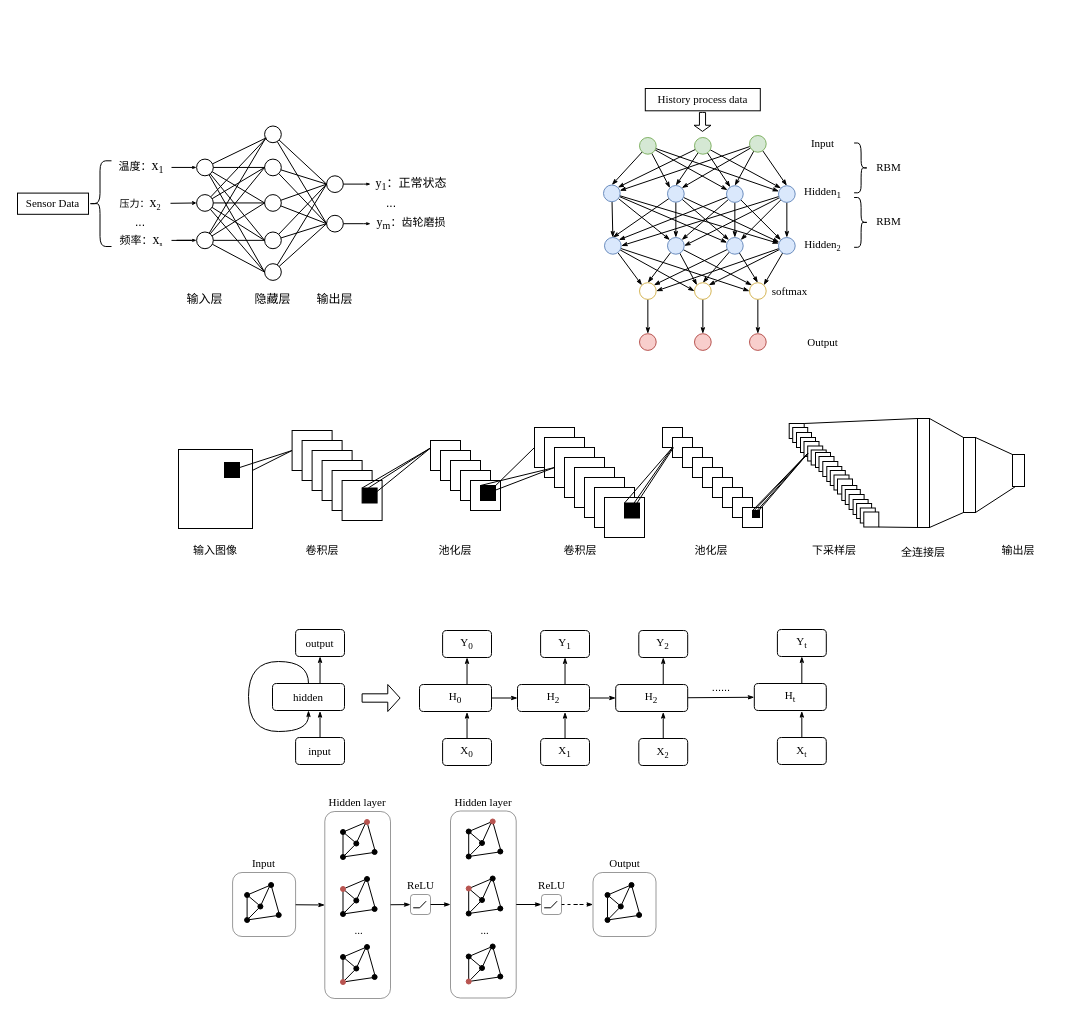
Before: page "第 10 页" (10 of 10) of 故障诊断流程图.drawio in GPlaying/brain_map, a draw.io diagram. Source tidied: cells renumbered, new cells numbered last; positions are measured from the earlier drawing's top-left corner, leaving out a move shared by most shapes. Both pictures are drawn from the tidied source at 100%, with x=0, y=0 at pixel (17, 88).
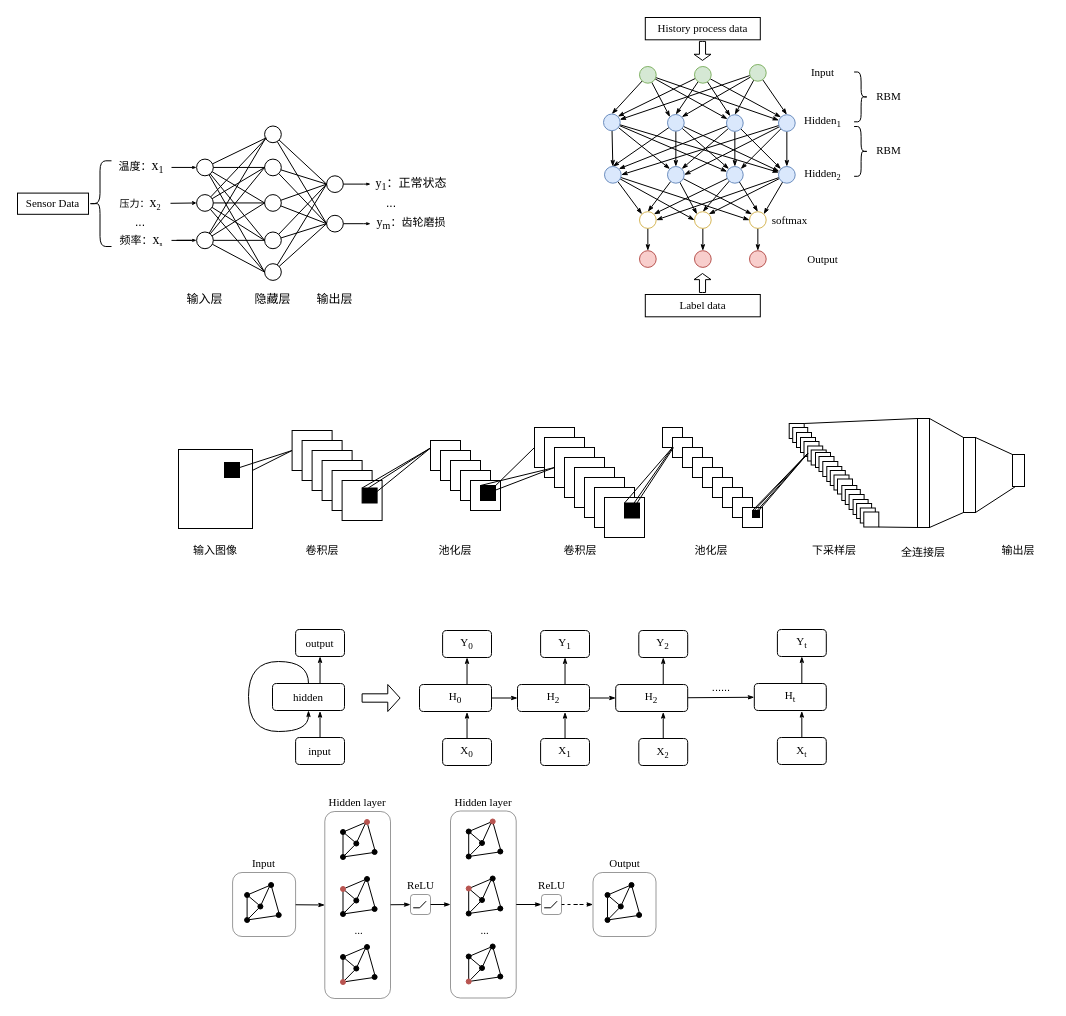
The same diagram, later.

Commit message (it also covers changes not shown here):
更新故障诊断流程图.drawio

What changed in the source:
```diff
@@
     <mxCell id="59" style="ellipse;whiteSpace=wrap;html=1;fontFamily=Times New Roman;fontSize=12;fillColor=#d5e8d4;strokeColor=#82b366;" parent="1" vertex="1">
-      <mxGeometry x="622" y="49" width="16.7" height="16.7" as="geometry" />
+      <mxGeometry x="622" y="-22" width="16.7" height="16.7" as="geometry" />
     </mxCell>
@@
     <mxCell id="64" style="ellipse;whiteSpace=wrap;html=1;fontFamily=Times New Roman;fontSize=12;fillColor=#d5e8d4;strokeColor=#82b366;" parent="1" vertex="1">
-      <mxGeometry x="677" y="49" width="16.7" height="16.7" as="geometry" />
+      <mxGeometry x="677" y="-22" width="16.7" height="16.7" as="geometry" />
     </mxCell>
@@
     <mxCell id="69" style="ellipse;whiteSpace=wrap;html=1;fontFamily=Times New Roman;fontSize=12;fillColor=#d5e8d4;strokeColor=#82b366;" parent="1" vertex="1">
-      <mxGeometry x="732" y="47" width="16.7" height="16.7" as="geometry" />
+      <mxGeometry x="732" y="-24" width="16.7" height="16.7" as="geometry" />
     </mxCell>
@@
     <mxCell id="74" style="ellipse;whiteSpace=wrap;html=1;fontFamily=Times New Roman;fontSize=12;fillColor=#dae8fc;strokeColor=#6c8ebf;" parent="1" vertex="1">
-      <mxGeometry x="586" y="96.5" width="16.7" height="16.7" as="geometry" />
+      <mxGeometry x="586" y="25.5" width="16.7" height="16.7" as="geometry" />
     </mxCell>
@@
     <mxCell id="79" style="ellipse;whiteSpace=wrap;html=1;fontFamily=Times New Roman;fontSize=12;fillColor=#dae8fc;strokeColor=#6c8ebf;" parent="1" vertex="1">
-      <mxGeometry x="650" y="97" width="16.7" height="16.7" as="geometry" />
+      <mxGeometry x="650" y="26" width="16.7" height="16.7" as="geometry" />
     </mxCell>
@@
     <mxCell id="84" style="ellipse;whiteSpace=wrap;html=1;fontFamily=Times New Roman;fontSize=12;fillColor=#dae8fc;strokeColor=#6c8ebf;" parent="1" vertex="1">
-      <mxGeometry x="709" y="97.2" width="16.7" height="16.7" as="geometry" />
+      <mxGeometry x="709" y="26.2" width="16.7" height="16.7" as="geometry" />
     </mxCell>
@@
     <mxCell id="89" style="ellipse;whiteSpace=wrap;html=1;fontFamily=Times New Roman;fontSize=12;fillColor=#dae8fc;strokeColor=#6c8ebf;" parent="1" vertex="1">
-      <mxGeometry x="761" y="97.2" width="16.7" height="16.7" as="geometry" />
+      <mxGeometry x="761" y="26.2" width="16.7" height="16.7" as="geometry" />
     </mxCell>
@@
     <mxCell id="93" style="ellipse;whiteSpace=wrap;html=1;fontFamily=Times New Roman;fontSize=12;fillColor=#dae8fc;strokeColor=#6c8ebf;" parent="1" vertex="1">
-      <mxGeometry x="587" y="149" width="16.7" height="16.7" as="geometry" />
+      <mxGeometry x="587" y="78" width="16.7" height="16.7" as="geometry" />
     </mxCell>
@@
     <mxCell id="97" style="ellipse;whiteSpace=wrap;html=1;fontFamily=Times New Roman;fontSize=12;fillColor=#dae8fc;strokeColor=#6c8ebf;" parent="1" vertex="1">
-      <mxGeometry x="650" y="149" width="16.7" height="16.7" as="geometry" />
+      <mxGeometry x="650" y="78" width="16.7" height="16.7" as="geometry" />
     </mxCell>
@@
     <mxCell id="101" style="ellipse;whiteSpace=wrap;html=1;fontFamily=Times New Roman;fontSize=12;fillColor=#dae8fc;strokeColor=#6c8ebf;" parent="1" vertex="1">
-      <mxGeometry x="709" y="149" width="16.7" height="16.7" as="geometry" />
+      <mxGeometry x="709" y="78" width="16.7" height="16.7" as="geometry" />
     </mxCell>
     <mxCell id="102" value="&lt;font face=&quot;Times New Roman&quot;&gt;RBM&lt;/font&gt;" style="text;html=1;strokeColor=none;fillColor=none;align=center;verticalAlign=middle;whiteSpace=wrap;rounded=0;fontSize=11;fontFamily=Helvetica;fontColor=default;" parent="1" vertex="1">
-      <mxGeometry x="850.6" y="66.2" width="41" height="25" as="geometry" />
+      <mxGeometry x="850.6" y="-4.8" width="41" height="25" as="geometry" />
     </mxCell>
     <mxCell id="103" value="&lt;font face=&quot;Times New Roman&quot;&gt;Input&lt;/font&gt;" style="text;html=1;strokeColor=none;fillColor=none;align=center;verticalAlign=middle;whiteSpace=wrap;rounded=0;fontSize=11;fontFamily=Helvetica;fontColor=default;" parent="1" vertex="1">
-      <mxGeometry x="785" y="42.9" width="41" height="25" as="geometry" />
+      <mxGeometry x="785" y="-28.1" width="41" height="25" as="geometry" />
     </mxCell>
     <mxCell id="104" value="&lt;font face=&quot;Times New Roman&quot;&gt;Hidden&lt;sub&gt;1&lt;/sub&gt;&lt;/font&gt;" style="text;html=1;strokeColor=none;fillColor=none;align=center;verticalAlign=middle;whiteSpace=wrap;rounded=0;fontSize=11;fontFamily=Helvetica;fontColor=default;" parent="1" vertex="1">
-      <mxGeometry x="785" y="92.9" width="41" height="25" as="geometry" />
+      <mxGeometry x="785" y="21.9" width="41" height="25" as="geometry" />
     </mxCell>
     <mxCell id="105" value="&lt;font face=&quot;Times New Roman&quot;&gt;Hidden&lt;font size=&quot;1&quot;&gt;&lt;sub&gt;2&lt;/sub&gt;&lt;/font&gt;&lt;/font&gt;" style="text;html=1;strokeColor=none;fillColor=none;align=center;verticalAlign=middle;whiteSpace=wrap;rounded=0;fontSize=11;fontFamily=Helvetica;fontColor=default;" parent="1" vertex="1">
-      <mxGeometry x="785" y="144.9" width="41" height="25" as="geometry" />
+      <mxGeometry x="785" y="73.9" width="41" height="25" as="geometry" />
     </mxCell>
     <mxCell id="106" value="&lt;font face=&quot;Times New Roman&quot;&gt;Output&lt;/font&gt;" style="text;html=1;strokeColor=none;fillColor=none;align=center;verticalAlign=middle;whiteSpace=wrap;rounded=0;fontSize=11;fontFamily=Helvetica;fontColor=default;" parent="1" vertex="1">
-      <mxGeometry x="785" y="241" width="41" height="25" as="geometry" />
+      <mxGeometry x="785" y="158" width="41" height="25" as="geometry" />
     </mxCell>
@@
     <mxCell id="342" value="&lt;font face=&quot;Times New Roman&quot;&gt;History process data&lt;/font&gt;" style="rounded=0;whiteSpace=wrap;html=1;fontFamily=Helvetica;fontSize=11;fontColor=default;" parent="1" vertex="1">
-      <mxGeometry x="627.8" width="115" height="22.3" as="geometry" />
+      <mxGeometry x="627.8" y="-71" width="115" height="22.3" as="geometry" />
     </mxCell>
     <mxCell id="343" style="shape=curlyBracket;whiteSpace=wrap;html=1;rounded=1;flipH=1;labelPosition=right;verticalLabelPosition=middle;align=left;verticalAlign=middle;fontFamily=Helvetica;fontSize=11;fontColor=default;size=0.5;" parent="1" vertex="1">
-      <mxGeometry x="836.6" y="54.5" width="14" height="49.8" as="geometry" />
+      <mxGeometry x="836.6" y="-16.5" width="14" height="49.8" as="geometry" />
     </mxCell>
     <mxCell id="344" value="&lt;font face=&quot;Times New Roman&quot;&gt;RBM&lt;/font&gt;" style="text;html=1;strokeColor=none;fillColor=none;align=center;verticalAlign=middle;whiteSpace=wrap;rounded=0;fontSize=11;fontFamily=Helvetica;fontColor=default;" parent="1" vertex="1">
-      <mxGeometry x="850.6" y="120.6" width="41" height="25" as="geometry" />
+      <mxGeometry x="850.6" y="49.6" width="41" height="25" as="geometry" />
     </mxCell>
     <mxCell id="345" style="shape=curlyBracket;whiteSpace=wrap;html=1;rounded=1;flipH=1;labelPosition=right;verticalLabelPosition=middle;align=left;verticalAlign=middle;fontFamily=Helvetica;fontSize=11;fontColor=default;size=0.5;" parent="1" vertex="1">
-      <mxGeometry x="836.6" y="109" width="14" height="49.8" as="geometry" />
+      <mxGeometry x="836.6" y="38" width="14" height="49.8" as="geometry" />
     </mxCell>
     <mxCell id="346" style="ellipse;whiteSpace=wrap;html=1;fontFamily=Times New Roman;fontSize=12;fillColor=#f8cecc;strokeColor=#b85450;" parent="1" vertex="1">
-      <mxGeometry x="622" y="245.2" width="16.7" height="16.7" as="geometry" />
+      <mxGeometry x="622" y="162.2" width="16.7" height="16.7" as="geometry" />
     </mxCell>
     <mxCell id="347" style="ellipse;whiteSpace=wrap;html=1;fontFamily=Times New Roman;fontSize=12;fillColor=#f8cecc;strokeColor=#b85450;" parent="1" vertex="1">
-      <mxGeometry x="677" y="245.2" width="16.7" height="16.7" as="geometry" />
+      <mxGeometry x="677" y="162.2" width="16.7" height="16.7" as="geometry" />
     </mxCell>
     <mxCell id="348" style="ellipse;whiteSpace=wrap;html=1;fontFamily=Times New Roman;fontSize=12;fillColor=#f8cecc;strokeColor=#b85450;" parent="1" vertex="1">
-      <mxGeometry x="732" y="245.2" width="16.7" height="16.7" as="geometry" />
+      <mxGeometry x="732" y="162.2" width="16.7" height="16.7" as="geometry" />
     </mxCell>
@@
     <mxCell id="352" style="ellipse;whiteSpace=wrap;html=1;fontFamily=Times New Roman;fontSize=12;fillColor=#dae8fc;strokeColor=#6c8ebf;" parent="1" vertex="1">
-      <mxGeometry x="761" y="149" width="16.7" height="16.7" as="geometry" />
+      <mxGeometry x="761" y="78" width="16.7" height="16.7" as="geometry" />
     </mxCell>
@@
     <mxCell id="354" style="ellipse;whiteSpace=wrap;html=1;fontFamily=Times New Roman;fontSize=12;fillColor=none;strokeColor=#d6b656;" parent="1" vertex="1">
-      <mxGeometry x="622" y="194.2" width="16.7" height="16.7" as="geometry" />
+      <mxGeometry x="622" y="123.2" width="16.7" height="16.7" as="geometry" />
     </mxCell>
@@
     <mxCell id="356" style="ellipse;whiteSpace=wrap;html=1;fontFamily=Times New Roman;fontSize=12;fillColor=none;strokeColor=#d6b656;" parent="1" vertex="1">
-      <mxGeometry x="677" y="194.2" width="16.7" height="16.7" as="geometry" />
+      <mxGeometry x="677" y="123.2" width="16.7" height="16.7" as="geometry" />
     </mxCell>
@@
     <mxCell id="358" style="ellipse;whiteSpace=wrap;html=1;fontFamily=Times New Roman;fontSize=12;fillColor=none;strokeColor=#d6b656;" parent="1" vertex="1">
-      <mxGeometry x="732" y="194.2" width="16.7" height="16.7" as="geometry" />
+      <mxGeometry x="732" y="123.2" width="16.7" height="16.7" as="geometry" />
     </mxCell>
     <mxCell id="359" value="&lt;font face=&quot;Times New Roman&quot;&gt;softmax&lt;/font&gt;" style="text;html=1;strokeColor=none;fillColor=none;align=center;verticalAlign=middle;whiteSpace=wrap;rounded=0;fontSize=11;fontFamily=Helvetica;fontColor=default;" parent="1" vertex="1">
-      <mxGeometry x="750.8" y="196" width="42.9" height="13" as="geometry" />
+      <mxGeometry x="750.8" y="125" width="42.9" height="13" as="geometry" />
     </mxCell>
     <mxCell id="360" style="html=1;shadow=0;dashed=0;align=center;verticalAlign=middle;shape=mxgraph.arrows2.arrow;dy=0.64;dx=6.13;direction=south;notch=0;fontFamily=Helvetica;fontSize=11;fontColor=default;" parent="1" vertex="1">
-      <mxGeometry x="676.5" y="23.9" width="17" height="19" as="geometry" />
+      <mxGeometry x="676.5" y="-47.1" width="17" height="19" as="geometry" />
     </mxCell>
+    <mxCell id="361" value="&lt;font face=&quot;Times New Roman&quot;&gt;Label data&lt;/font&gt;" style="rounded=0;whiteSpace=wrap;html=1;fontFamily=Helvetica;fontSize=11;fontColor=default;" parent="1" vertex="1">
+      <mxGeometry x="627.8" y="206" width="115" height="22.3" as="geometry" />
+    </mxCell>
+    <mxCell id="362" style="html=1;shadow=0;dashed=0;align=center;verticalAlign=middle;shape=mxgraph.arrows2.arrow;dy=0.64;dx=6.13;direction=south;notch=0;fontFamily=Helvetica;fontSize=11;fontColor=default;rotation=-180;" parent="1" vertex="1">
+      <mxGeometry x="676.5" y="185" width="17" height="19" as="geometry" />
+    </mxCell>
```
